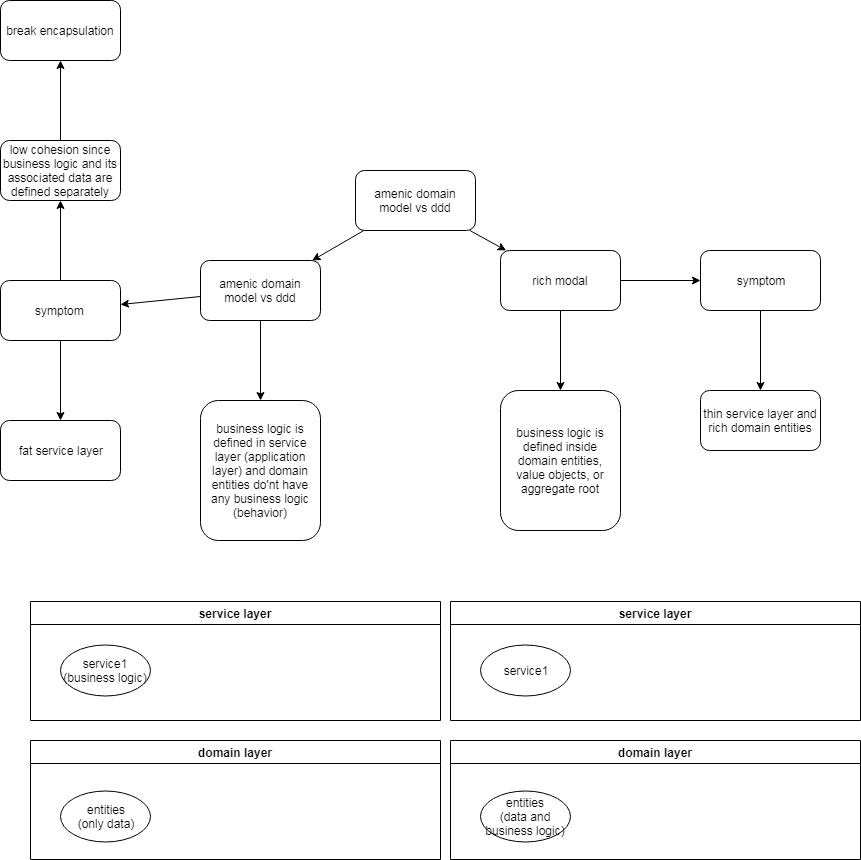
stsiwo/ddd_concept keeps this draw.io diagram as amenicModel_vs_ddd.PNG. Above is the earlier version. Source tidied: cells renumbered, new cells last; positions are measured from the earlier drawing's top-left corner, leaving out a move shared by most shapes.
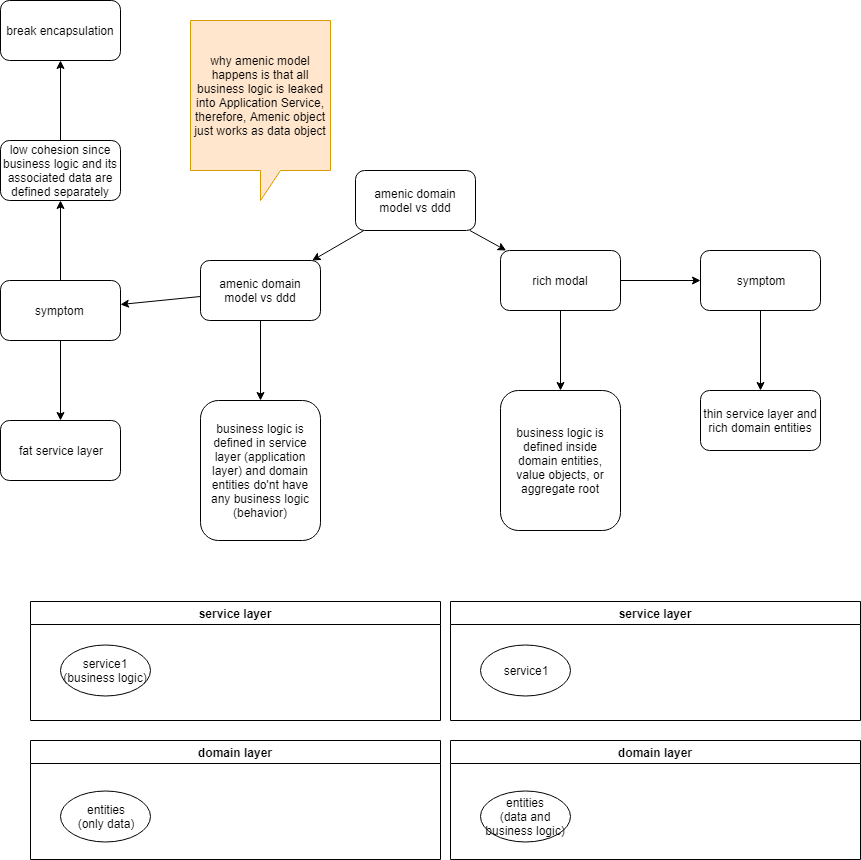
After the change.

Change to the diagram source:
```diff
@@ -89,5 +89,8 @@
     <mxCell id="30" value="entities&lt;br&gt;(data and business logic)&lt;br&gt;" style="ellipse;whiteSpace=wrap;html=1;" parent="29" vertex="1">
       <mxGeometry x="30" y="50" width="90" height="51" as="geometry" />
     </mxCell>
+    <mxCell id="31" value="why amenic model happens is that all business logic is leaked into Application Service, therefore, Amenic object just works as data object" style="shape=callout;whiteSpace=wrap;html=1;perimeter=calloutPerimeter;fillColor=#ffe6cc;strokeColor=#d79b00;" parent="1" vertex="1">
+      <mxGeometry x="190" y="20" width="140" height="180" as="geometry" />
+    </mxCell>
   </root>
 </mxGraphModel>
```
